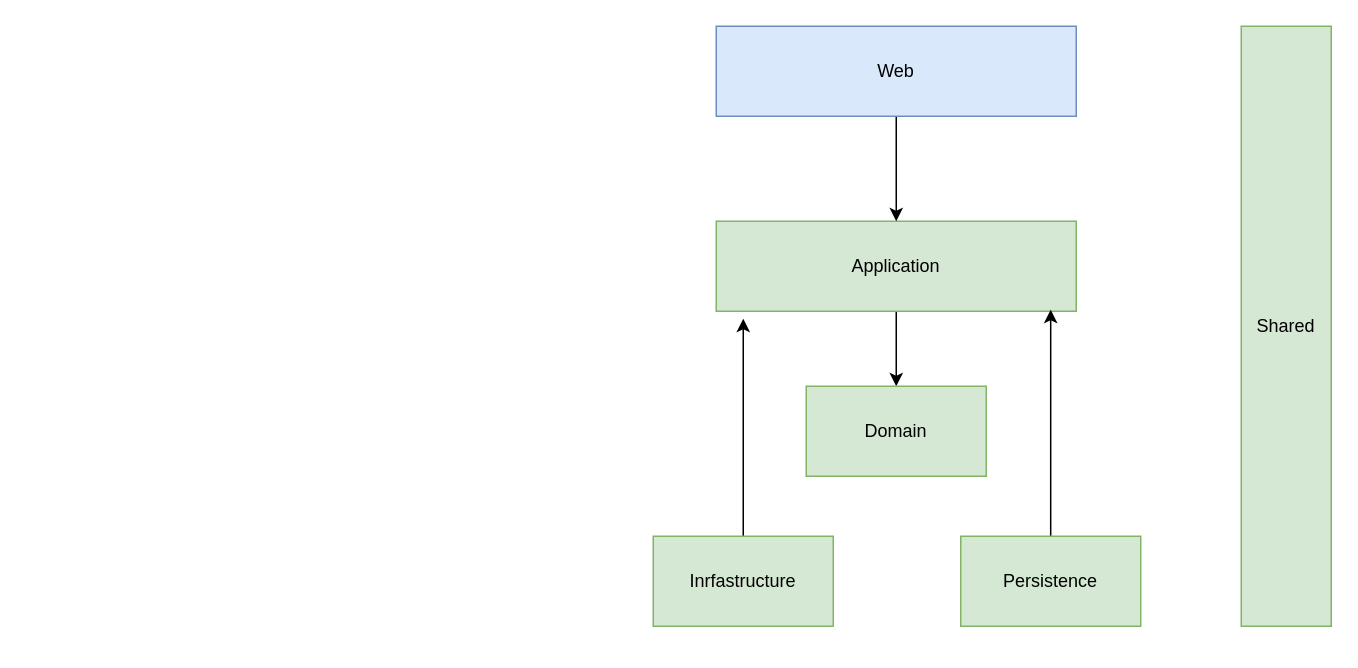
Above: docs/Diagrams/Clean vs Traditional.drawio in u99tomas/Admegatest (draw.io), before the change. Source tidied: cells renumbered, new cells numbered last; positions are measured from the earlier drawing's top-left corner, leaving out a move shared by most shapes. Both pictures are drawn from the tidied source at 150%, with x=0, y=0 at pixel (652, 26).
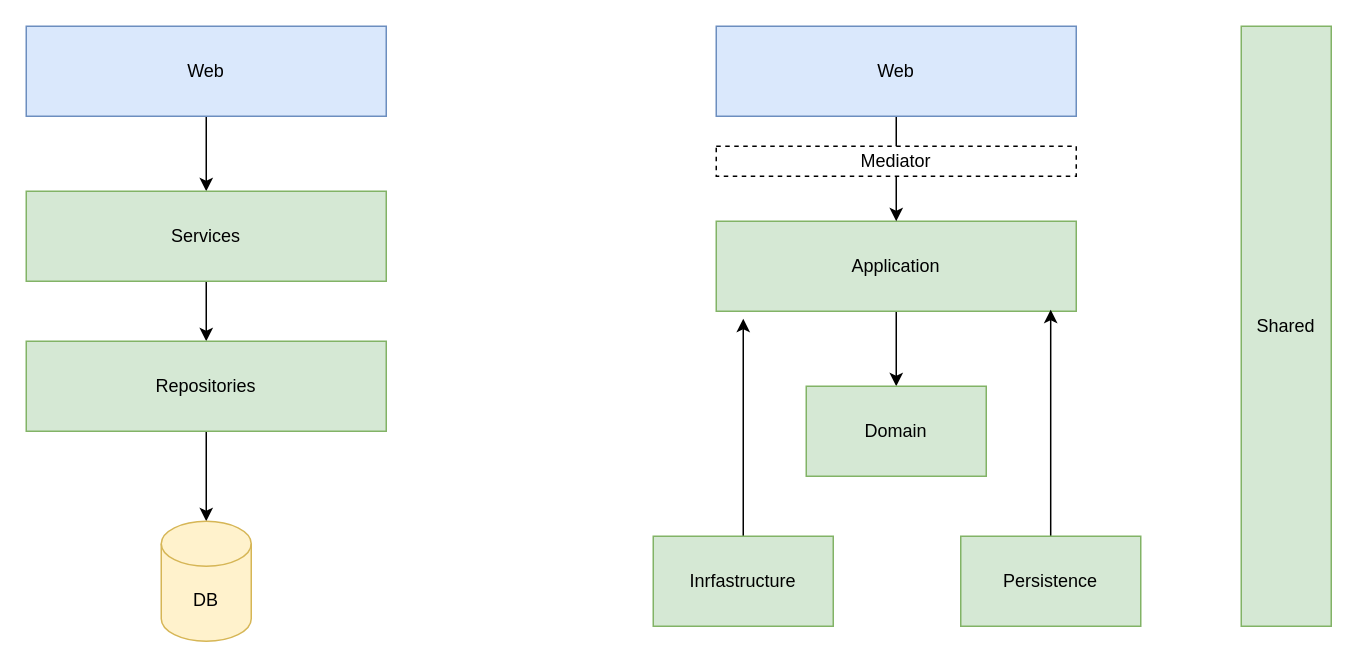
The same diagram, later.

The edit, as a diff of the source:
```diff
@@
 <mxGraphModel>
   <root>
     <mxCell id="0" />
     <mxCell id="1" parent="0" />
     <mxCell id="2" style="edgeStyle=orthogonalEdgeStyle;rounded=0;jettySize=auto;html=1;" parent="1" edge="1" source="3" target="6">
       <mxGeometry relative="1" as="geometry" />
     </mxCell>
     <mxCell id="3" value="Application" style="rounded=0;whiteSpace=wrap;html=1;fillColor=#d5e8d4;strokeColor=#82b366;" parent="1" vertex="1">
       <mxGeometry x="42" y="130" width="240" height="60" as="geometry" />
     </mxCell>
     <mxCell id="4" style="edgeStyle=orthogonalEdgeStyle;rounded=0;jettySize=auto;html=1;" parent="1" edge="1" source="5" target="3">
       <mxGeometry relative="1" as="geometry" />
     </mxCell>
     <mxCell id="5" value="Web" style="whiteSpace=wrap;html=1;fillColor=#dae8fc;strokeColor=#6c8ebf;" parent="1" vertex="1">
       <mxGeometry x="42" width="240" height="60" as="geometry" />
     </mxCell>
     <mxCell id="6" value="Domain" style="whiteSpace=wrap;html=1;fillColor=#d5e8d4;strokeColor=#82b366;" parent="1" vertex="1">
       <mxGeometry x="102" y="240" width="120" height="60" as="geometry" />
     </mxCell>
     <mxCell id="7" style="edgeStyle=orthogonalEdgeStyle;rounded=0;jettySize=auto;html=1;entryX=0.075;entryY=1.083;entryDx=0;entryDy=0;entryPerimeter=0;" parent="1" edge="1" source="8" target="3">
       <mxGeometry relative="1" as="geometry" />
     </mxCell>
     <mxCell id="8" value="Inrfastructure" style="whiteSpace=wrap;html=1;fillColor=#d5e8d4;strokeColor=#82b366;" parent="1" vertex="1">
       <mxGeometry y="340" width="120" height="60" as="geometry" />
     </mxCell>
     <mxCell id="9" style="edgeStyle=orthogonalEdgeStyle;rounded=0;jettySize=auto;html=1;entryX=0.929;entryY=0.983;entryDx=0;entryDy=0;entryPerimeter=0;" parent="1" edge="1" source="10" target="3">
       <mxGeometry relative="1" as="geometry" />
     </mxCell>
     <mxCell id="10" value="Persistence" style="whiteSpace=wrap;html=1;fillColor=#d5e8d4;strokeColor=#82b366;" parent="1" vertex="1">
       <mxGeometry x="205" y="340" width="120" height="60" as="geometry" />
     </mxCell>
     <mxCell id="11" value="Shared" style="whiteSpace=wrap;html=1;fillColor=#d5e8d4;strokeColor=#82b366;" parent="1" vertex="1">
       <mxGeometry x="392" width="60" height="400" as="geometry" />
     </mxCell>
+    <mxCell id="12" style="edgeStyle=orthogonalEdgeStyle;rounded=0;jettySize=auto;html=1;" parent="1" edge="1" source="13" target="15">
+      <mxGeometry relative="1" as="geometry" />
+    </mxCell>
+    <mxCell id="13" value="Web" style="whiteSpace=wrap;html=1;fillColor=#dae8fc;strokeColor=#6c8ebf;" parent="1" vertex="1">
+      <mxGeometry x="-418" width="240" height="60" as="geometry" />
+    </mxCell>
+    <mxCell id="14" style="edgeStyle=orthogonalEdgeStyle;rounded=0;jettySize=auto;html=1;" parent="1" edge="1" source="15" target="17">
+      <mxGeometry relative="1" as="geometry" />
+    </mxCell>
+    <mxCell id="15" value="Services" style="rounded=0;whiteSpace=wrap;html=1;fillColor=#d5e8d4;strokeColor=#82b366;" parent="1" vertex="1">
+      <mxGeometry x="-418" y="110" width="240" height="60" as="geometry" />
+    </mxCell>
+    <mxCell id="16" style="edgeStyle=orthogonalEdgeStyle;rounded=0;jettySize=auto;html=1;" parent="1" edge="1" source="17" target="18">
+      <mxGeometry relative="1" as="geometry" />
+    </mxCell>
+    <mxCell id="17" value="Repositories" style="rounded=0;whiteSpace=wrap;html=1;fillColor=#d5e8d4;strokeColor=#82b366;" parent="1" vertex="1">
+      <mxGeometry x="-418" y="210" width="240" height="60" as="geometry" />
+    </mxCell>
+    <mxCell id="18" value="DB" style="shape=cylinder3;whiteSpace=wrap;html=1;boundedLbl=1;backgroundOutline=1;size=15;fillColor=#fff2cc;strokeColor=#d6b656;" parent="1" vertex="1">
+      <mxGeometry x="-328" y="330" width="60" height="80" as="geometry" />
+    </mxCell>
+    <mxCell id="19" value="Mediator" style="whiteSpace=wrap;html=1;dashed=1;" parent="1" vertex="1">
+      <mxGeometry x="42" y="80" width="240" height="20" as="geometry" />
+    </mxCell>
   </root>
 </mxGraphModel>
```
